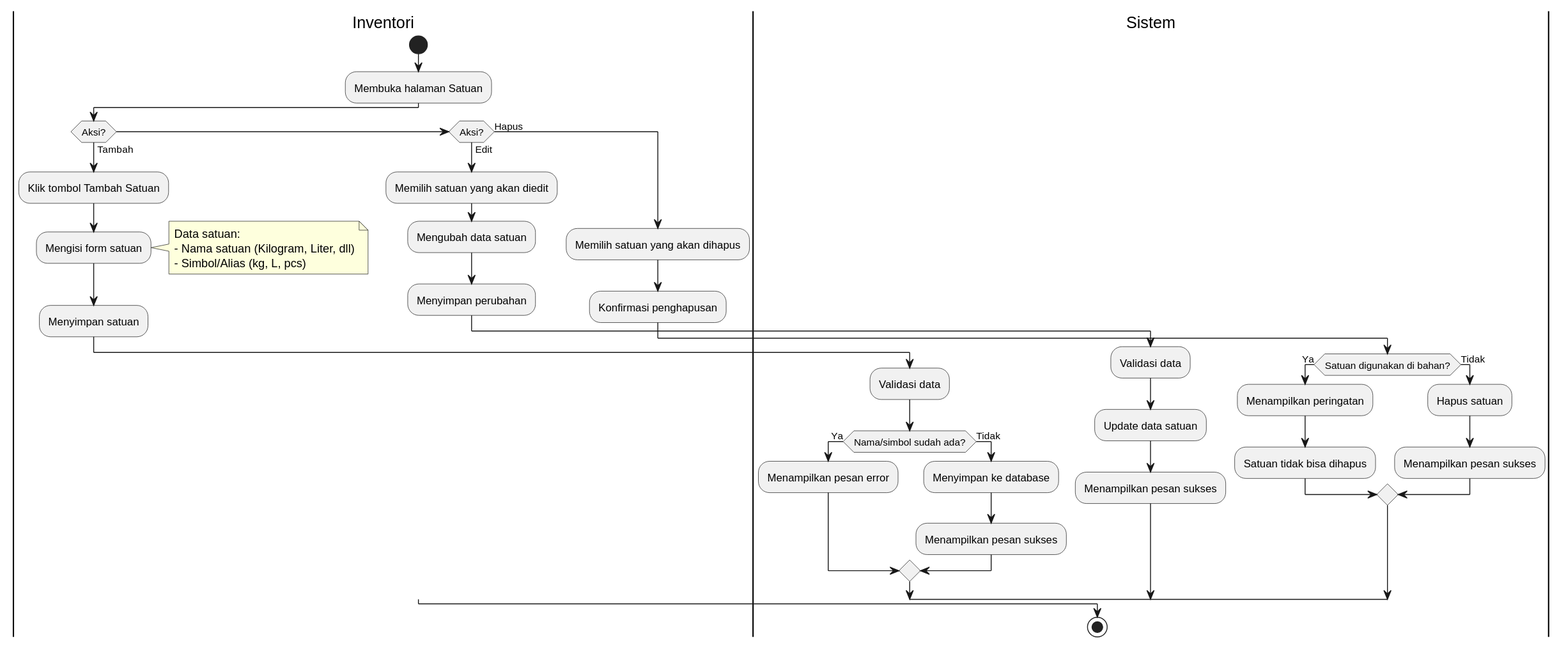
Above: docs/diagrams/svg/activity/Activity Diagram - Proses Mengelola Satuan.svg in pawon3d/pawon3d (PlantUML), before the change. Source of this version:
```plantuml
@startuml
|Inventori|
start
:Membuka halaman Satuan;

if (Aksi?) then (Tambah)
    :Klik tombol Tambah Satuan;
    :Mengisi form satuan;
    note right
      Data satuan:
      - Nama satuan (Kilogram, Liter, dll)
      - Simbol/Alias (kg, L, pcs)
    end note

    :Menyimpan satuan;

    |Sistem|
    :Validasi data;

    if (Nama/simbol sudah ada?) then (Ya)
        :Menampilkan pesan error;
    else (Tidak)
        :Menyimpan ke database;
        :Menampilkan pesan sukses;
    endif

else if (Aksi?) then (Edit)
    |Inventori|
    :Memilih satuan yang akan diedit;
    :Mengubah data satuan;
    :Menyimpan perubahan;

    |Sistem|
    :Validasi data;
    :Update data satuan;
    :Menampilkan pesan sukses;

else (Hapus)
    |Inventori|
    :Memilih satuan yang akan dihapus;
    :Konfirmasi penghapusan;

    |Sistem|
    if (Satuan digunakan di bahan?) then (Ya)
        :Menampilkan peringatan;
        :Satuan tidak bisa dihapus;
    else (Tidak)
        :Hapus satuan;
        :Menampilkan pesan sukses;
    endif
endif

stop
@enduml
```
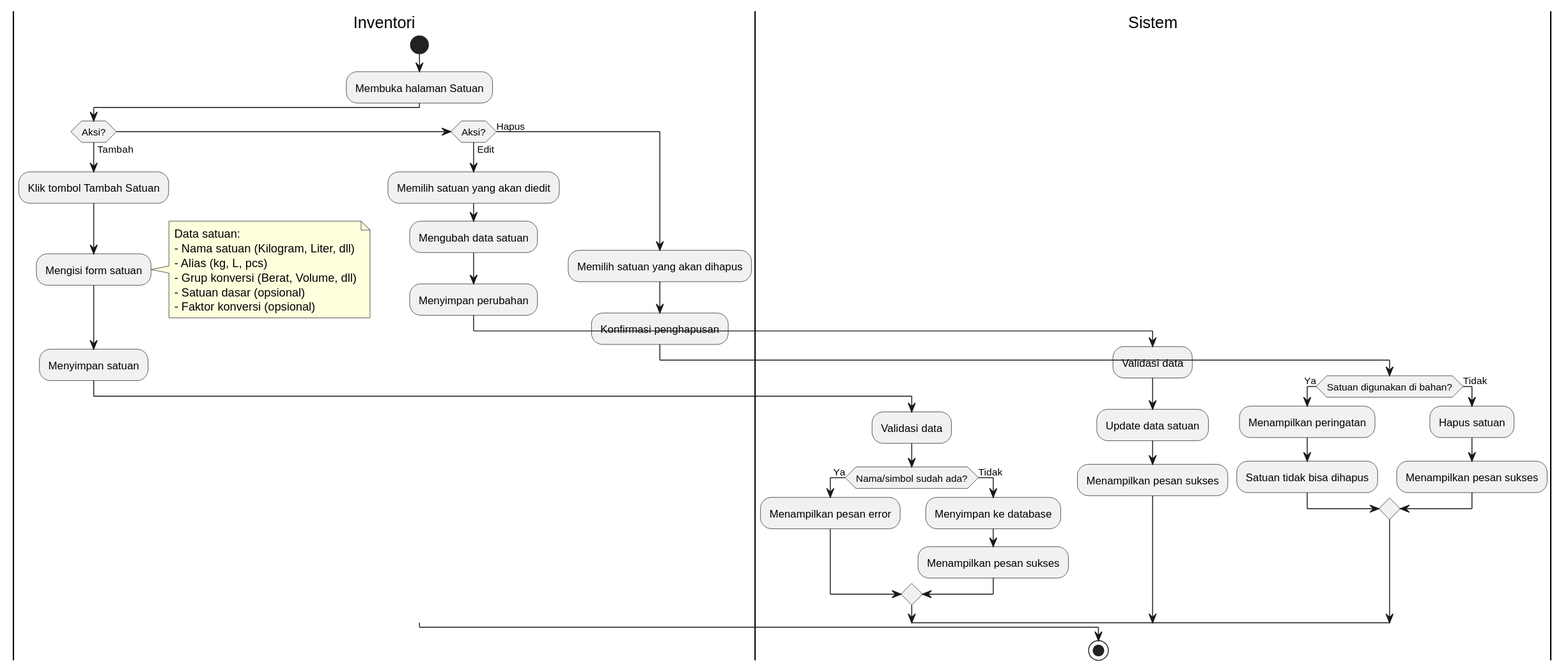
The same file after the commit.

Diff of the diagram source:
```diff
@@ -9,7 +9,10 @@
     note right
       Data satuan:
       - Nama satuan (Kilogram, Liter, dll)
-      - Simbol/Alias (kg, L, pcs)
+      - Alias (kg, L, pcs)
+      - Grup konversi (Berat, Volume, dll)
+      - Satuan dasar (opsional)
+      - Faktor konversi (opsional)
     end note
 
     :Menyimpan satuan;
```
